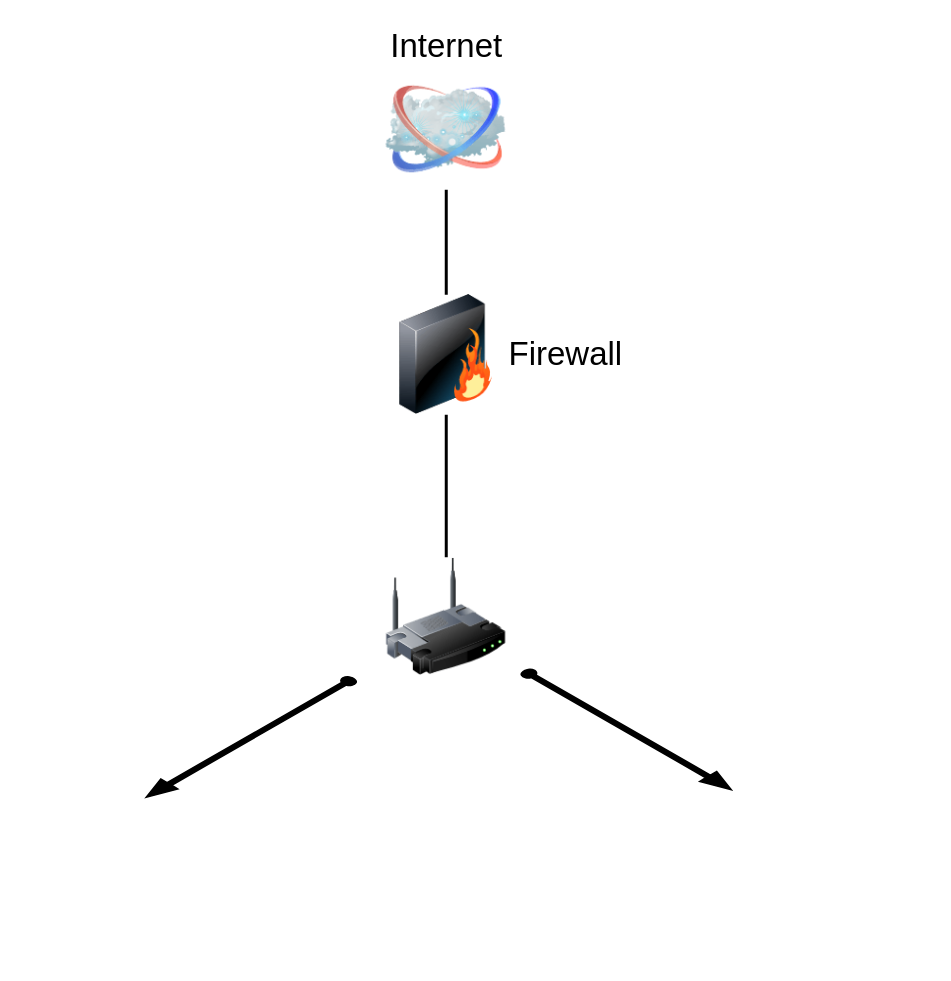
michaelrmartins/influx-diagram keeps this draw.io diagram as VPNS.drawio.xml. Above is the earlier version. Source tidied: cells renumbered, new cells numbered last; positions are measured from the earlier drawing's top-left corner, leaving out a move shared by most shapes. Both pictures are drawn from the tidied source at 150%, with x=0, y=0 at pixel (146, 69).
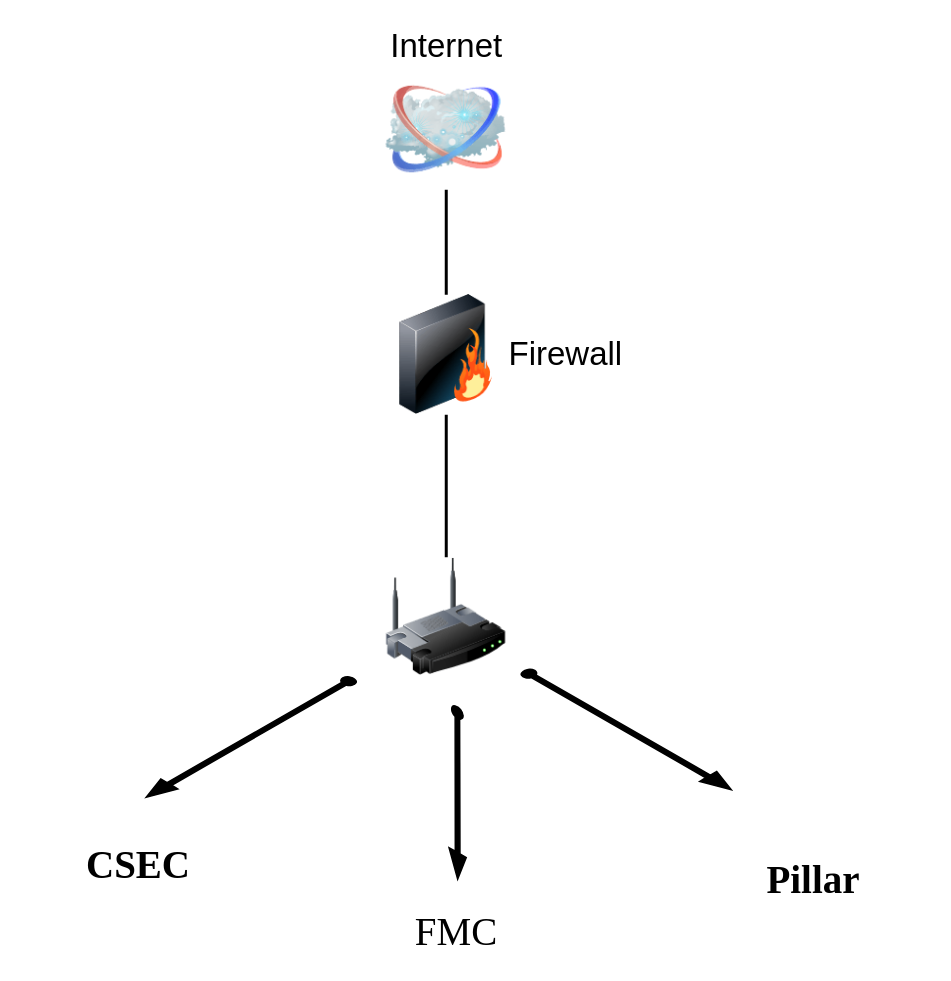
Above is the later version.

Change to the diagram source:
```diff
@@
 <mxGraphModel>
   <root>
     <mxCell id="0" />
     <mxCell id="1" parent="0" />
     <mxCell id="2" style="edgeStyle=none;rounded=0;html=1;labelBackgroundColor=none;endArrow=none;strokeWidth=2;fontFamily=Verdana;fontSize=22;" parent="1" edge="1" source="3" target="6">
       <mxGeometry relative="1" as="geometry" />
     </mxCell>
     <mxCell id="3" style="image;html=1;labelBackgroundColor=#ffffff;image=img/lib/clip_art/networking/Wireless_Router_128x128.png;rounded=1;shadow=0;comic=0;strokeWidth=2;fontSize=22;" parent="1" vertex="1">
       <mxGeometry x="160" y="325" width="80" height="80" as="geometry" />
     </mxCell>
     <mxCell id="4" value="Internet" style="image;html=1;labelBackgroundColor=#ffffff;image=img/lib/clip_art/networking/Cloud_128x128.png;rounded=1;shadow=0;comic=0;strokeWidth=2;fontSize=22;labelPosition=center;verticalLabelPosition=top;align=center;verticalAlign=bottom;" parent="1" vertex="1">
       <mxGeometry x="160" width="80" height="80" as="geometry" />
     </mxCell>
     <mxCell id="5" style="edgeStyle=none;rounded=0;html=1;labelBackgroundColor=none;endArrow=none;strokeWidth=2;fontFamily=Verdana;fontSize=22;" parent="1" edge="1" source="6" target="4">
       <mxGeometry relative="1" as="geometry" />
     </mxCell>
     <mxCell id="6" value="Firewall" style="image;html=1;labelBackgroundColor=#ffffff;image=img/lib/clip_art/networking/Firewall_128x128.png;rounded=1;shadow=0;comic=0;strokeWidth=2;fontSize=22;labelPosition=right;verticalLabelPosition=middle;align=left;verticalAlign=middle;" parent="1" vertex="1">
       <mxGeometry x="160" y="150" width="80" height="80" as="geometry" />
     </mxCell>
     <mxCell id="7" style="verticalLabelPosition=bottom;html=1;verticalAlign=top;strokeWidth=1;align=center;dashed=0;shape=mxgraph.aws3d.arrowSW;fillColor=#000000;" parent="1" vertex="1">
       <mxGeometry y="405" width="140" height="80" as="geometry" />
     </mxCell>
     <mxCell id="8" style="verticalLabelPosition=bottom;html=1;verticalAlign=top;strokeWidth=1;align=center;dashed=0;shape=mxgraph.aws3d.arrowSE;fillColor=#000000;" parent="1" vertex="1">
       <mxGeometry x="250" y="400" width="140" height="80" as="geometry" />
     </mxCell>
+    <mxCell id="9" value="CSEC" style="text;html=1;strokeColor=none;fillColor=none;align=center;verticalAlign=middle;whiteSpace=wrap;rounded=0;fontStyle=1;fontFamily=Times New Roman;fontSize=26;" parent="1" vertex="1">
+      <mxGeometry x="-80" y="490" width="150" height="80" as="geometry" />
+    </mxCell>
+    <mxCell id="10" value="Pillar" style="text;html=1;strokeColor=none;fillColor=none;align=center;verticalAlign=middle;whiteSpace=wrap;rounded=0;fontStyle=1;fontFamily=Times New Roman;fontSize=26;" parent="1" vertex="1">
+      <mxGeometry x="370" y="500" width="150" height="80" as="geometry" />
+    </mxCell>
+    <mxCell id="11" style="verticalLabelPosition=bottom;html=1;verticalAlign=top;strokeWidth=1;align=center;dashed=0;shape=mxgraph.aws3d.arrowSE;fillColor=#000000;fontFamily=Times New Roman;fontSize=26;rotation=60;" parent="1" vertex="1">
+      <mxGeometry x="156.6" y="452.2" width="101.5" height="58" as="geometry" />
+    </mxCell>
+    <mxCell id="12" value="FMC" style="text;html=1;strokeColor=none;fillColor=none;align=center;verticalAlign=middle;whiteSpace=wrap;rounded=0;fontFamily=Times New Roman;fontSize=26;" parent="1" vertex="1">
+      <mxGeometry x="177.3" y="560" width="60" height="30" as="geometry" />
+    </mxCell>
   </root>
 </mxGraphModel>
```
